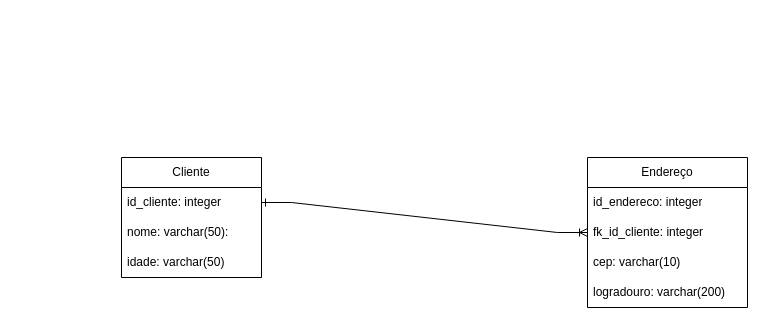
Above: modelo_logico.drawio in Heder-Silva-Oliveira/Modelagem_de_dados (draw.io), before the change. Source tidied: cells renumbered, new cells numbered last; positions are measured from the earlier drawing's top-left corner, leaving out a move shared by most shapes. Both pictures are drawn from the tidied source at 100%, with x=0, y=0 at pixel (121, 157).
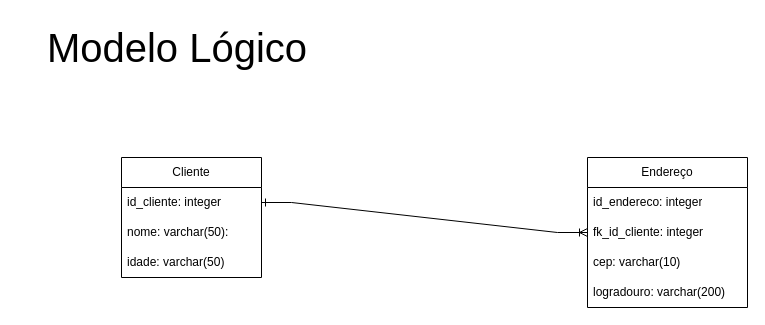
The same diagram, later.

Change to the diagram source:
```diff
@@
 <mxGraphModel>
   <root>
     <mxCell id="0" />
     <mxCell id="1" parent="0" />
     <mxCell id="2" value="Cliente" style="swimlane;fontStyle=0;horizontal=1;startSize=30;whiteSpace=wrap;html=1;" parent="1" vertex="1">
       <mxGeometry width="140" height="120" as="geometry" />
     </mxCell>
     <mxCell id="3" value="id_cliente: integer" style="text;strokeColor=none;fillColor=none;align=left;verticalAlign=middle;spacingLeft=4;spacingRight=4;overflow=hidden;points=[[0,0.5],[1,0.5]];portConstraint=eastwest;whiteSpace=wrap;html=1;" parent="2" vertex="1">
       <mxGeometry y="30" width="140" height="30" as="geometry" />
     </mxCell>
     <mxCell id="4" value="nome: varchar(50):" style="text;strokeColor=none;fillColor=none;align=left;verticalAlign=middle;spacingLeft=4;spacingRight=4;overflow=hidden;whiteSpace=wrap;html=1;" parent="2" vertex="1">
       <mxGeometry y="60" width="140" height="30" as="geometry" />
     </mxCell>
     <mxCell id="5" value="idade: varchar(50)" style="text;strokeColor=none;fillColor=none;align=left;verticalAlign=middle;spacingLeft=4;spacingRight=4;overflow=hidden;whiteSpace=wrap;html=1;" parent="2" vertex="1">
       <mxGeometry y="90" width="140" height="30" as="geometry" />
     </mxCell>
     <mxCell id="6" value="Endereço" style="swimlane;fontStyle=0;horizontal=1;startSize=30;whiteSpace=wrap;html=1;" parent="1" vertex="1">
       <mxGeometry x="466" width="160" height="150" as="geometry" />
     </mxCell>
     <mxCell id="7" value="id_endereco: integer" style="text;strokeColor=none;fillColor=none;align=left;verticalAlign=middle;spacingLeft=4;spacingRight=4;overflow=hidden;whiteSpace=wrap;html=1;" parent="6" vertex="1">
       <mxGeometry y="30" width="160" height="30" as="geometry" />
     </mxCell>
     <mxCell id="8" value="fk_id_cliente: integer" style="text;strokeColor=none;fillColor=none;align=left;verticalAlign=middle;spacingLeft=4;spacingRight=4;overflow=hidden;points=[[0,0.5],[1,0.5]];portConstraint=eastwest;whiteSpace=wrap;html=1;" parent="6" vertex="1">
       <mxGeometry y="60" width="160" height="30" as="geometry" />
     </mxCell>
     <mxCell id="9" value="cep: varchar(10)" style="text;strokeColor=none;fillColor=none;align=left;verticalAlign=middle;spacingLeft=4;spacingRight=4;overflow=hidden;whiteSpace=wrap;html=1;" parent="6" vertex="1">
       <mxGeometry y="90" width="160" height="30" as="geometry" />
     </mxCell>
     <mxCell id="10" value="logradouro: varchar(200)" style="text;strokeColor=none;fillColor=none;align=left;verticalAlign=middle;spacingLeft=4;spacingRight=4;overflow=hidden;whiteSpace=wrap;html=1;" parent="6" vertex="1">
       <mxGeometry y="120" width="160" height="30" as="geometry" />
     </mxCell>
     <mxCell id="11" style="edgeStyle=entityRelationEdgeStyle;fontSize=12;html=1;endArrow=ERoneToMany;rounded=0;exitX=1;exitY=0.5;exitDx=0;exitDy=0;startArrow=ERone;startFill=0;" parent="1" edge="1" source="3" target="8">
       <mxGeometry relative="1" as="geometry">
         <Array as="points">
           <mxPoint x="296" y="50" />
           <mxPoint x="306" y="40" />
           <mxPoint x="306" y="10" />
           <mxPoint x="266" y="40" />
           <mxPoint x="146" y="60" />
           <mxPoint x="306" y="40" />
         </Array>
       </mxGeometry>
     </mxCell>
+    <mxCell id="12" value="&lt;font style=&quot;font-size: 40px;&quot;&gt;Modelo Lógico&lt;/font&gt;" style="text;html=1;align=center;verticalAlign=middle;whiteSpace=wrap;rounded=0;" parent="1" vertex="1">
+      <mxGeometry x="-104" y="-140" width="320" height="60" as="geometry" />
+    </mxCell>
   </root>
 </mxGraphModel>
```
